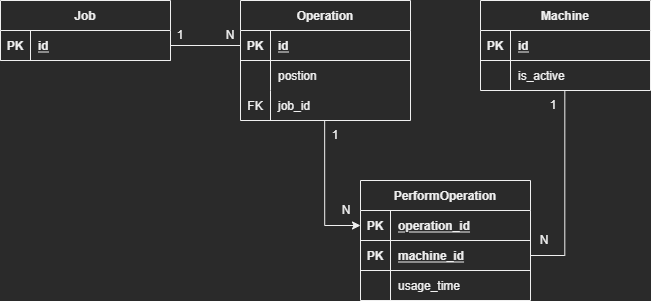
Earlier version of the draw.io export docs/er-model.png (luispereira1999/fjsp). Source tidied: cells renumbered, new cells last; positions are measured from the earlier drawing's top-left corner, leaving out a move shared by most shapes.
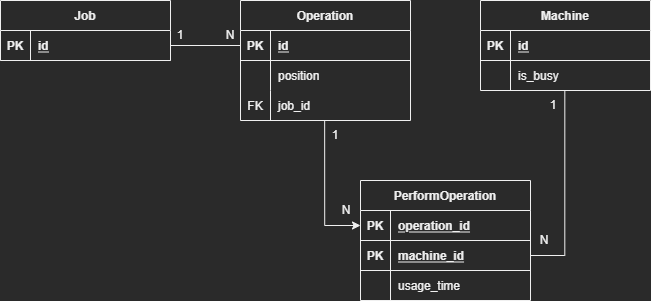
After the change.

The edit, as a diff of the source:
```diff
@@ -43,9 +43,9 @@
     <mxCell id="14" style="shape=partialRectangle;fillColor=none;top=0;left=0;bottom=0;right=0;overflow=hidden;" parent="13" vertex="1">
       <mxGeometry width="30" height="30" as="geometry" />
     </mxCell>
-    <mxCell id="15" value="postion" style="shape=partialRectangle;fillColor=none;top=0;left=0;bottom=0;right=0;align=left;spacingLeft=6;overflow=hidden;" parent="13" vertex="1">
-      <mxGeometry x="30" width="140" height="30" as="geometry" />
-    </mxCell>
+    <mxCell id="42" value="position" style="shape=partialRectangle;fillColor=none;top=0;left=0;bottom=0;right=0;align=left;spacingLeft=6;overflow=hidden;" parent="13" vertex="1">
+      <mxGeometry x="30" width="140" height="30" as="geometry" />
+    </mxCell>
     <mxCell id="16" style="shape=tableRow;horizontal=0;startSize=0;swimlaneHead=0;swimlaneBody=0;fillColor=none;top=0;left=0;right=0;bottom=0;" parent="9" vertex="1">
       <mxGeometry y="90" width="170" height="30" as="geometry" />
     </mxCell>
@@ -73,7 +73,7 @@
     <mxCell id="24" style="shape=partialRectangle;fillColor=none;top=0;left=0;bottom=0;right=0;overflow=hidden;" parent="23" vertex="1">
       <mxGeometry width="30" height="30" as="geometry" />
     </mxCell>
-    <mxCell id="25" value="is_active" style="shape=partialRectangle;fillColor=none;top=0;left=0;bottom=0;right=0;align=left;spacingLeft=6;overflow=hidden;" parent="23" vertex="1">
+    <mxCell id="25" value="is_busy" style="shape=partialRectangle;fillColor=none;top=0;left=0;bottom=0;right=0;align=left;spacingLeft=6;overflow=hidden;" parent="23" vertex="1">
       <mxGeometry x="30" width="140" height="30" as="geometry" />
     </mxCell>
     <mxCell id="26" value="PerformOperation" style="shape=table;startSize=30;rowLines=0;fontStyle=1;align=center;" parent="1" vertex="1">
```
